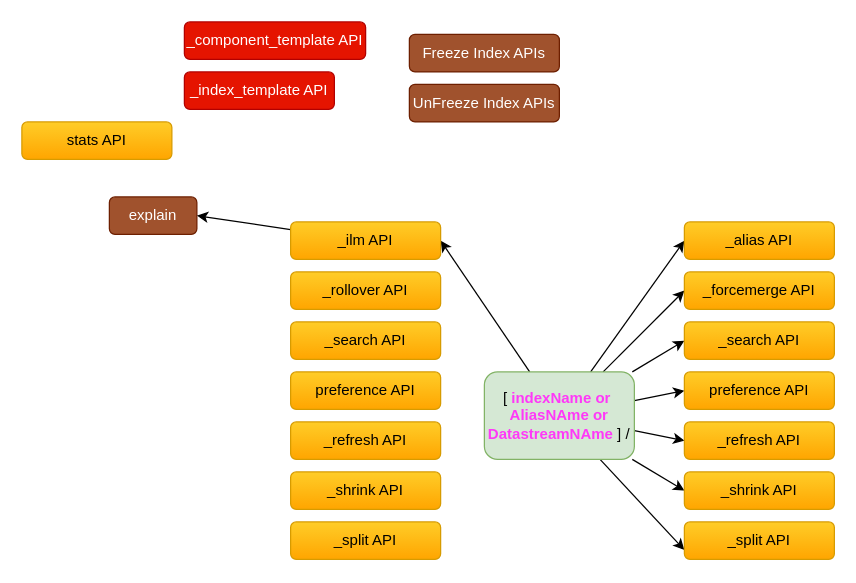
paramothers/books keeps this draw.io diagram as page "Index APIs" (1 of 4) of My Articles/elastic stack/ES REST APIs.drawio. Above is the earlier version. Source tidied: cells renumbered, new cells numbered last; positions are measured from the earlier drawing's top-left corner, leaving out a move shared by most shapes. Both pictures are drawn from the tidied source at 125%, with x=0, y=0 at pixel (21, 21).
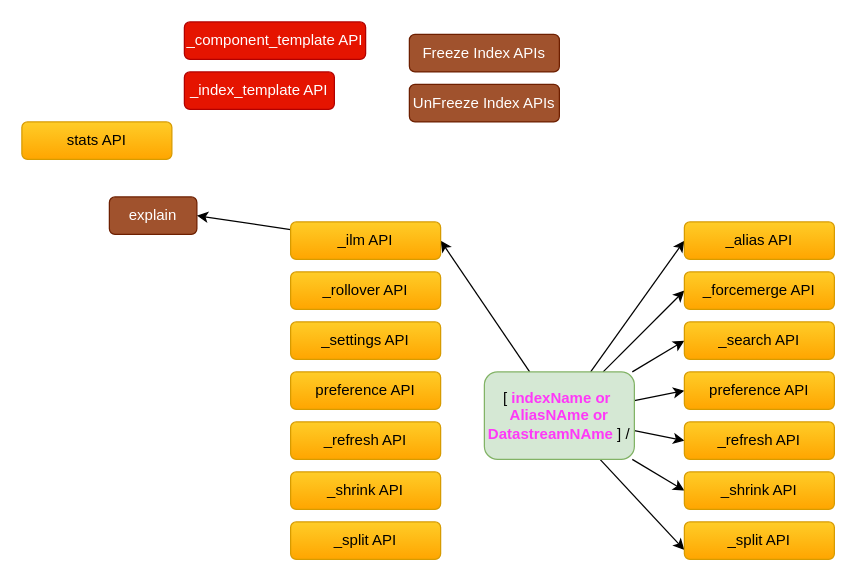
After the change.

Change to the diagram source:
```diff
@@
-    <mxCell id="23" value="_search API" style="rounded=1;whiteSpace=wrap;html=1;gradientColor=#ffa500;fillColor=#ffcd28;strokeColor=#d79b00;" parent="1" vertex="1">
+    <mxCell id="23" value="_settings API" style="rounded=1;whiteSpace=wrap;html=1;gradientColor=#ffa500;fillColor=#ffcd28;strokeColor=#d79b00;" parent="1" vertex="1">
       <mxGeometry x="215" y="240" width="120" height="30" as="geometry" />
     </mxCell>
```
